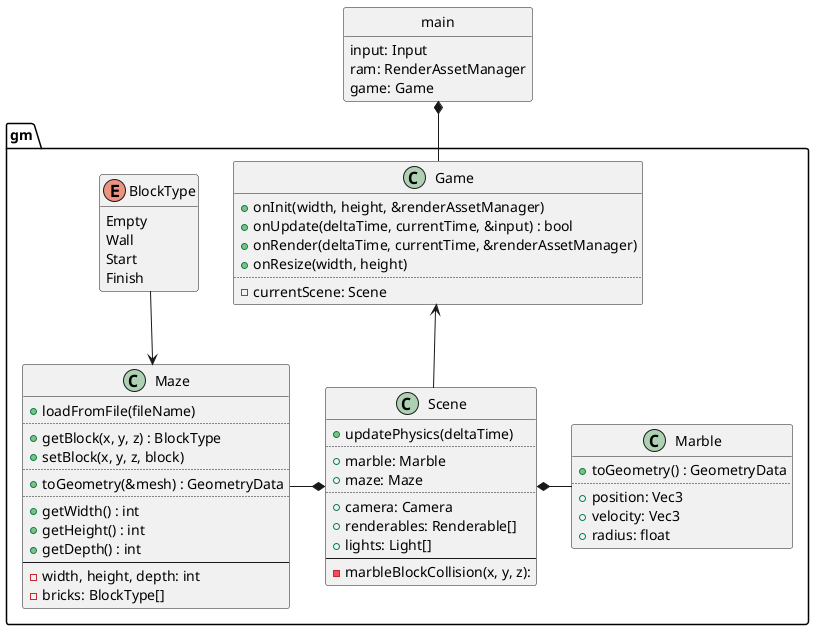
Above: design/game.png in ba6er/marblemaze (PlantUML), before the change.
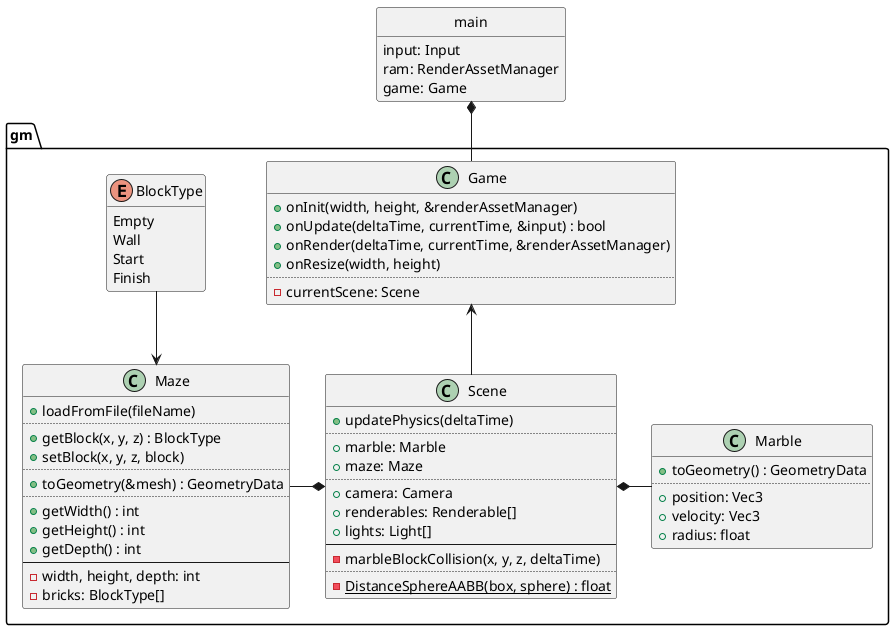
The same diagram one commit later.

Diff of the diagram source:
```diff
@@ -20,7 +20,9 @@
 	+renderables: Renderable[]
 	+lights: Light[]
 	--
-	-marbleBlockCollision(x, y, z):
+	-marbleBlockCollision(x, y, z, deltaTime)
+	..
+	{static} -DistanceSphereAABB(box, sphere) : float
 }
 
 enum gm::BlockType {
```
